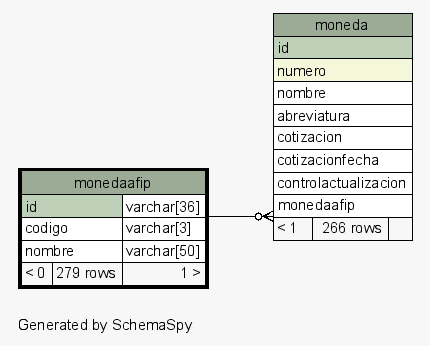
Before: postgresql/schemaSpy/salida/diagrams/monedaafip.1degree.png, a diagram exported from Graphviz (diegopablomansilla/massoftware_front). Its source is kept beside it as postgresql/schemaSpy/salida/diagrams/monedaafip.1degree.dot.
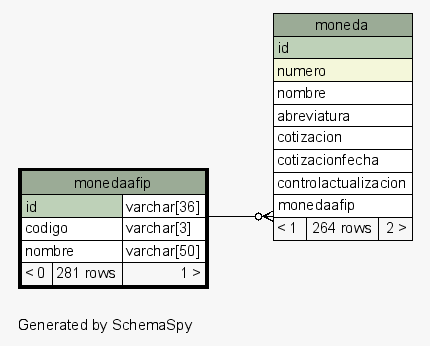
Above is the later version.

The edit, as a diff of the source:
```diff
@@ -30,7 +30,7 @@
       <TR><TD PORT="cotizacionfecha" COLSPAN="3" ALIGN="LEFT">cotizacionfecha</TD></TR>
       <TR><TD PORT="controlactualizacion" COLSPAN="3" ALIGN="LEFT">controlactualizacion</TD></TR>
       <TR><TD PORT="monedaafip" COLSPAN="3" ALIGN="LEFT">monedaafip</TD></TR>
-      <TR><TD ALIGN="LEFT" BGCOLOR="#f7f7f7">&lt; 1</TD><TD ALIGN="RIGHT" BGCOLOR="#f7f7f7">266 rows</TD><TD ALIGN="RIGHT" BGCOLOR="#f7f7f7">  </TD></TR>
+      <TR><TD ALIGN="LEFT" BGCOLOR="#f7f7f7">&lt; 1</TD><TD ALIGN="RIGHT" BGCOLOR="#f7f7f7">264 rows</TD><TD ALIGN="RIGHT" BGCOLOR="#f7f7f7">2 &gt;</TD></TR>
     </TABLE>>
     URL="moneda.html"
     tooltip="moneda"
@@ -42,7 +42,7 @@
       <TR><TD PORT="id" COLSPAN="2" BGCOLOR="#bed1b8" ALIGN="LEFT">id</TD><TD PORT="id.type" ALIGN="LEFT">varchar[36]</TD></TR>
       <TR><TD PORT="codigo" COLSPAN="2" ALIGN="LEFT">codigo</TD><TD PORT="codigo.type" ALIGN="LEFT">varchar[3]</TD></TR>
       <TR><TD PORT="nombre" COLSPAN="2" ALIGN="LEFT">nombre</TD><TD PORT="nombre.type" ALIGN="LEFT">varchar[50]</TD></TR>
-      <TR><TD ALIGN="LEFT" BGCOLOR="#f7f7f7">&lt; 0</TD><TD ALIGN="RIGHT" BGCOLOR="#f7f7f7">279 rows</TD><TD ALIGN="RIGHT" BGCOLOR="#f7f7f7">1 &gt;</TD></TR>
+      <TR><TD ALIGN="LEFT" BGCOLOR="#f7f7f7">&lt; 0</TD><TD ALIGN="RIGHT" BGCOLOR="#f7f7f7">281 rows</TD><TD ALIGN="RIGHT" BGCOLOR="#f7f7f7">1 &gt;</TD></TR>
     </TABLE>>
     URL="monedaafip.html"
     tooltip="monedaafip"
```
